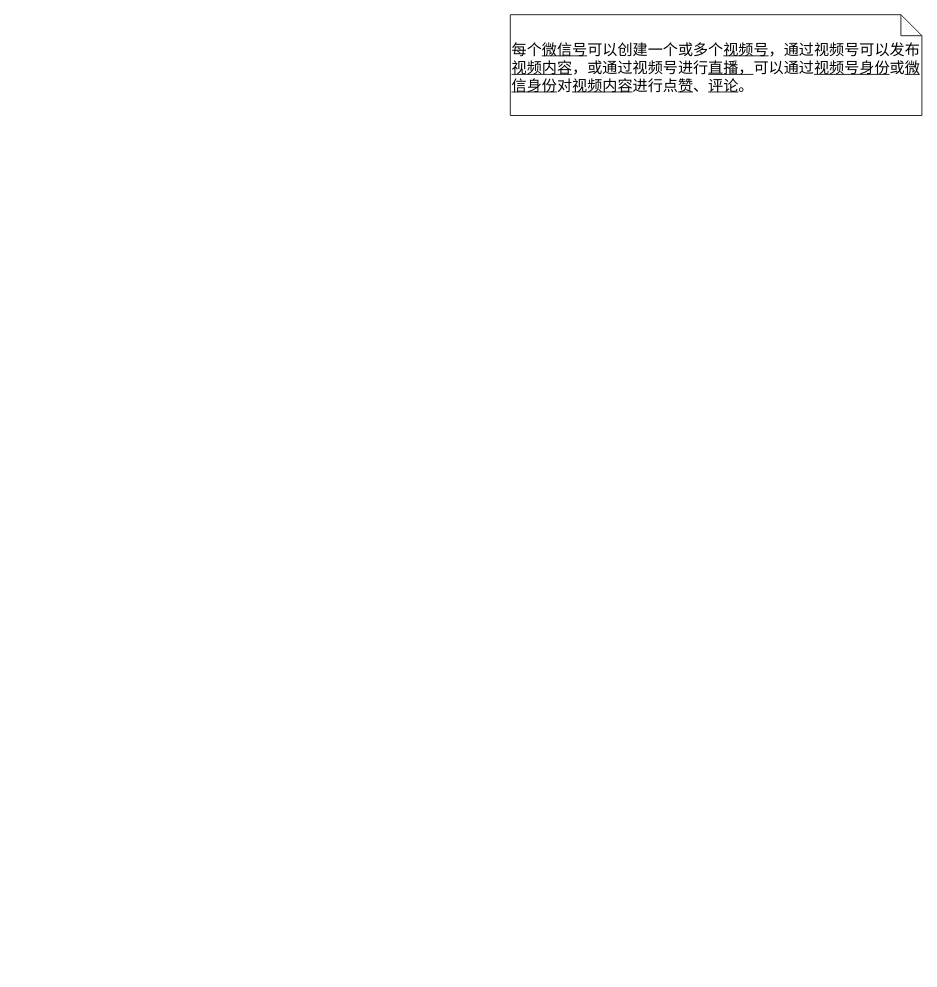
The draw.io diagram 微信视频号概念模型.drawio in innovatorCL/DiagramsRepo, before the edit. Source tidied: cells renumbered, new cells numbered last; positions are measured from the earlier drawing's top-left corner, leaving out a move shared by most shapes. Both pictures are drawn from the tidied source at 84%, with x=0, y=0 at pixel (510, 14).
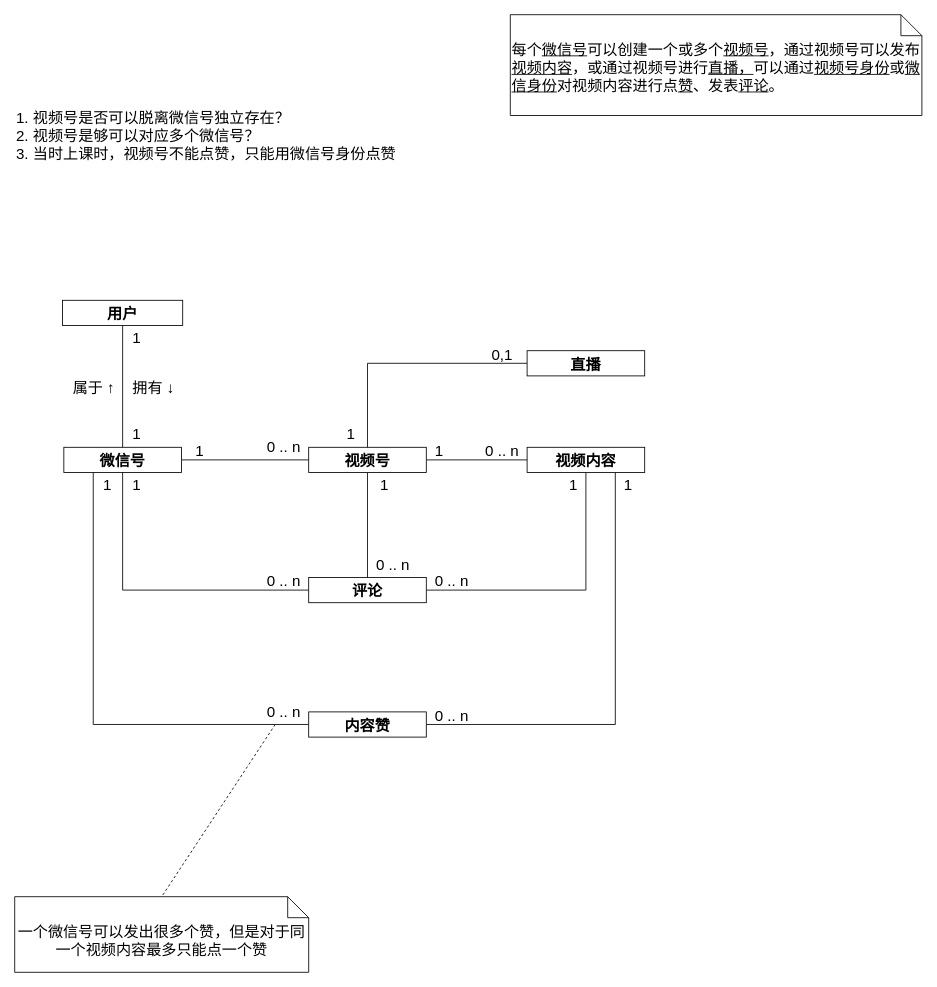
The same diagram, later.

Commit message:
Update 微信视频号概念模型.drawio

What changed in the source:
```diff
@@
-    <mxCell id="2" value="&lt;div style=&quot;font-size: 18px&quot;&gt;&lt;font style=&quot;font-size: 18px&quot;&gt;每个&lt;u&gt;微信号&lt;/u&gt;可以创建一个或多个&lt;u&gt;视频号&lt;/u&gt;，&lt;/font&gt;通过视频号可以发布&lt;u&gt;视频内容&lt;/u&gt;，或通过视频号进行&lt;u&gt;直播，&lt;/u&gt;可以通过&lt;u&gt;视频号身份&lt;/u&gt;或&lt;u&gt;微信身份&lt;/u&gt;对&lt;u&gt;视频内容&lt;/u&gt;进行点&lt;u&gt;赞&lt;/u&gt;、&lt;u&gt;评论&lt;/u&gt;。&lt;/div&gt;" style="shape=note2;boundedLbl=1;whiteSpace=wrap;html=1;size=25;verticalAlign=top;align=left;" parent="1" vertex="1">
+    <mxCell id="2" value="&lt;div style=&quot;font-size: 18px&quot;&gt;&lt;font style=&quot;font-size: 18px&quot;&gt;每个&lt;u&gt;微信号&lt;/u&gt;可以创建一个或多个&lt;u&gt;视频号&lt;/u&gt;，&lt;/font&gt;通过视频号可以发布&lt;u&gt;视频内容&lt;/u&gt;，或通过视频号进行&lt;u&gt;直播，&lt;/u&gt;可以通过&lt;u&gt;视频号身份&lt;/u&gt;或&lt;u&gt;微信身份&lt;/u&gt;对视频内容进行点&lt;u&gt;赞&lt;/u&gt;、发表&lt;u&gt;评论&lt;/u&gt;。&lt;/div&gt;" style="shape=note2;boundedLbl=1;whiteSpace=wrap;html=1;size=25;verticalAlign=top;align=left;" parent="1" vertex="1">
       <mxGeometry width="490" height="120" as="geometry" />
     </mxCell>
+    <mxCell id="3" style="edgeStyle=orthogonalEdgeStyle;rounded=0;jettySize=auto;html=1;exitX=1;exitY=0.5;exitDx=0;exitDy=0;fontSize=18;endArrow=none;endFill=0;" parent="1" edge="1" source="4" target="7">
+      <mxGeometry relative="1" as="geometry" />
+    </mxCell>
+    <mxCell id="4" value="微信号" style="fontStyle=1;fontSize=18;align=center;" parent="1" vertex="1">
+      <mxGeometry x="-531.5" y="515" width="140" height="30" as="geometry" />
+    </mxCell>
+    <mxCell id="5" style="edgeStyle=orthogonalEdgeStyle;rounded=0;jettySize=auto;html=1;fontSize=18;endArrow=none;endFill=0;" parent="1" edge="1" source="7" target="9">
+      <mxGeometry relative="1" as="geometry" />
+    </mxCell>
+    <mxCell id="6" style="edgeStyle=none;rounded=0;jettySize=auto;html=1;entryX=0.5;entryY=0;entryDx=0;entryDy=0;fontSize=18;endArrow=none;endFill=0;" parent="1" edge="1" source="7" target="18">
+      <mxGeometry relative="1" as="geometry" />
+    </mxCell>
+    <mxCell id="7" value="视频号" style="fontStyle=1;fontSize=18;align=center;" parent="1" vertex="1">
+      <mxGeometry x="-240" y="515" width="140" height="30" as="geometry" />
+    </mxCell>
+    <mxCell id="8" style="edgeStyle=orthogonalEdgeStyle;rounded=0;jettySize=auto;html=1;entryX=1;entryY=0.5;entryDx=0;entryDy=0;fontSize=18;endArrow=none;endFill=0;exitX=0.5;exitY=1;exitDx=0;exitDy=0;" parent="1" edge="1" source="9" target="18">
+      <mxGeometry relative="1" as="geometry" />
+    </mxCell>
+    <mxCell id="9" value="视频内容" style="fontStyle=1;fontSize=18;align=center;" parent="1" vertex="1">
+      <mxGeometry x="20" y="515" width="140" height="30" as="geometry" />
+    </mxCell>
+    <mxCell id="10" style="edgeStyle=orthogonalEdgeStyle;rounded=0;jettySize=auto;html=1;entryX=0.5;entryY=0;entryDx=0;entryDy=0;fontSize=18;endArrow=none;endFill=0;" parent="1" edge="1" source="11" target="7">
+      <mxGeometry relative="1" as="geometry" />
+    </mxCell>
+    <mxCell id="11" value="直播" style="fontStyle=1;fontSize=18;align=center;" parent="1" vertex="1">
+      <mxGeometry x="20" y="400" width="140" height="30" as="geometry" />
+    </mxCell>
+    <mxCell id="12" style="edgeStyle=orthogonalEdgeStyle;rounded=0;jettySize=auto;html=1;entryX=0.5;entryY=0;entryDx=0;entryDy=0;fontSize=18;endArrow=none;endFill=0;" parent="1" edge="1" source="13" target="4">
+      <mxGeometry relative="1" as="geometry" />
+    </mxCell>
+    <mxCell id="13" value="用户" style="fontStyle=1;fontSize=18;align=center;" parent="1" vertex="1">
+      <mxGeometry x="-533" y="340" width="143" height="30" as="geometry" />
+    </mxCell>
+    <mxCell id="14" style="edgeStyle=orthogonalEdgeStyle;rounded=0;jettySize=auto;html=1;entryX=0.75;entryY=1;entryDx=0;entryDy=0;fontSize=18;endArrow=none;endFill=0;" parent="1" edge="1" source="16" target="9">
+      <mxGeometry relative="1" as="geometry" />
+    </mxCell>
+    <mxCell id="15" style="edgeStyle=orthogonalEdgeStyle;rounded=0;jettySize=auto;html=1;entryX=0.25;entryY=1;entryDx=0;entryDy=0;fontSize=18;endArrow=none;endFill=0;" parent="1" edge="1" source="16" target="4">
+      <mxGeometry relative="1" as="geometry" />
+    </mxCell>
+    <mxCell id="16" value="内容赞" style="fontStyle=1;fontSize=18;align=center;" parent="1" vertex="1">
+      <mxGeometry x="-240" y="830" width="140" height="30" as="geometry" />
+    </mxCell>
+    <mxCell id="17" style="edgeStyle=orthogonalEdgeStyle;rounded=0;jettySize=auto;html=1;entryX=0.5;entryY=1;entryDx=0;entryDy=0;fontSize=18;endArrow=none;endFill=0;" parent="1" edge="1" source="18" target="4">
+      <mxGeometry relative="1" as="geometry" />
+    </mxCell>
+    <mxCell id="18" value="评论" style="fontStyle=1;fontSize=18;align=center;" parent="1" vertex="1">
+      <mxGeometry x="-240" y="670" width="140" height="30" as="geometry" />
+    </mxCell>
+    <mxCell id="19" value="1" style="text;html=1;align=center;verticalAlign=middle;strokeColor=none;fillColor=none;fontSize=18;" parent="1" vertex="1">
+      <mxGeometry x="-460" y="485" width="30" height="30" as="geometry" />
+    </mxCell>
+    <mxCell id="20" value="1" style="text;html=1;align=center;verticalAlign=middle;strokeColor=none;fillColor=none;fontSize=18;" parent="1" vertex="1">
+      <mxGeometry x="-460" y="370" width="30" height="30" as="geometry" />
+    </mxCell>
+    <mxCell id="21" value="属于 ↑" style="text;html=1;align=center;verticalAlign=middle;strokeColor=none;fillColor=none;fontSize=18;" parent="1" vertex="1">
+      <mxGeometry x="-531.5" y="430" width="70" height="30" as="geometry" />
+    </mxCell>
+    <mxCell id="22" value="拥有 ↓" style="text;html=1;align=center;verticalAlign=middle;strokeColor=none;fillColor=none;fontSize=18;" parent="1" vertex="1">
+      <mxGeometry x="-460" y="430" width="70" height="30" as="geometry" />
+    </mxCell>
+    <mxCell id="23" value="0 .. n" style="text;html=1;align=center;verticalAlign=middle;strokeColor=none;fillColor=none;fontSize=18;" parent="1" vertex="1">
+      <mxGeometry x="-300" y="500" width="60" height="30" as="geometry" />
+    </mxCell>
+    <mxCell id="24" value="1. 视频号是否可以脱离微信号独立存在？&lt;br&gt;2. 视频号是够可以对应多个微信号？&lt;br&gt;3. 当时上课时，视频号不能点赞，只能用微信号身份点赞" style="text;html=1;align=left;verticalAlign=middle;strokeColor=none;fillColor=none;fontSize=18;" parent="1" vertex="1">
+      <mxGeometry x="-590" y="110" width="470" height="70" as="geometry" />
+    </mxCell>
+    <mxCell id="25" value="1" style="text;html=1;align=center;verticalAlign=middle;strokeColor=none;fillColor=none;fontSize=18;" parent="1" vertex="1">
+      <mxGeometry x="-385" y="505" width="30" height="30" as="geometry" />
+    </mxCell>
+    <mxCell id="26" value="0 .. n" style="text;html=1;align=center;verticalAlign=middle;strokeColor=none;fillColor=none;fontSize=18;" parent="1" vertex="1">
+      <mxGeometry x="-40" y="505" width="60" height="30" as="geometry" />
+    </mxCell>
+    <mxCell id="27" value="1" style="text;html=1;align=center;verticalAlign=middle;strokeColor=none;fillColor=none;fontSize=18;" parent="1" vertex="1">
+      <mxGeometry x="-100" y="505" width="30" height="30" as="geometry" />
+    </mxCell>
+    <mxCell id="28" value="0,1" style="text;html=1;align=center;verticalAlign=middle;strokeColor=none;fillColor=none;fontSize=18;" parent="1" vertex="1">
+      <mxGeometry x="-30" y="390" width="40" height="30" as="geometry" />
+    </mxCell>
+    <mxCell id="29" value="1" style="text;html=1;align=center;verticalAlign=middle;strokeColor=none;fillColor=none;fontSize=18;" parent="1" vertex="1">
+      <mxGeometry x="-205" y="485" width="30" height="30" as="geometry" />
+    </mxCell>
+    <mxCell id="30" value="0 .. n" style="text;html=1;align=center;verticalAlign=middle;strokeColor=none;fillColor=none;fontSize=18;" parent="1" vertex="1">
+      <mxGeometry x="-100" y="660" width="60" height="30" as="geometry" />
+    </mxCell>
+    <mxCell id="31" value="0 .. n" style="text;html=1;align=center;verticalAlign=middle;strokeColor=none;fillColor=none;fontSize=18;" parent="1" vertex="1">
+      <mxGeometry x="-100" y="820" width="60" height="30" as="geometry" />
+    </mxCell>
+    <mxCell id="32" value="1" style="text;html=1;align=center;verticalAlign=middle;strokeColor=none;fillColor=none;fontSize=18;" parent="1" vertex="1">
+      <mxGeometry x="125" y="545" width="30" height="30" as="geometry" />
+    </mxCell>
+    <mxCell id="33" value="1" style="text;html=1;align=center;verticalAlign=middle;strokeColor=none;fillColor=none;fontSize=18;" parent="1" vertex="1">
+      <mxGeometry x="60" y="545" width="30" height="30" as="geometry" />
+    </mxCell>
+    <mxCell id="34" value="0 .. n" style="text;html=1;align=center;verticalAlign=middle;strokeColor=none;fillColor=none;fontSize=18;" parent="1" vertex="1">
+      <mxGeometry x="-300" y="660" width="60" height="30" as="geometry" />
+    </mxCell>
+    <mxCell id="35" value="1" style="text;html=1;align=center;verticalAlign=middle;strokeColor=none;fillColor=none;fontSize=18;" parent="1" vertex="1">
+      <mxGeometry x="-460" y="545" width="30" height="30" as="geometry" />
+    </mxCell>
+    <mxCell id="36" style="rounded=0;jettySize=auto;html=1;entryX=0.5;entryY=0;entryDx=0;entryDy=0;entryPerimeter=0;fontSize=18;endArrow=none;endFill=0;dashed=1;" parent="1" edge="1" source="37" target="39">
+      <mxGeometry relative="1" as="geometry" />
+    </mxCell>
+    <mxCell id="37" value="0 .. n" style="text;html=1;align=center;verticalAlign=middle;points=[];strokeColor=none;fillColor=none;fontSize=18;" parent="1" vertex="1">
+      <mxGeometry x="-300" y="815" width="60" height="30" as="geometry" />
+    </mxCell>
+    <mxCell id="38" value="1" style="text;html=1;align=center;verticalAlign=middle;strokeColor=none;fillColor=none;fontSize=18;" parent="1" vertex="1">
+      <mxGeometry x="-495" y="545" width="30" height="30" as="geometry" />
+    </mxCell>
+    <mxCell id="39" value="一个微信号可以发出很多个赞，但是对于同一个视频内容最多只能点一个赞" style="shape=note2;boundedLbl=1;whiteSpace=wrap;html=1;size=25;verticalAlign=top;align=center;fontSize=18;" parent="1" vertex="1">
+      <mxGeometry x="-590" y="1050" width="350" height="90" as="geometry" />
+    </mxCell>
+    <mxCell id="40" value="0 .. n" style="text;html=1;align=center;verticalAlign=middle;strokeColor=none;fillColor=none;fontSize=18;" parent="1" vertex="1">
+      <mxGeometry x="-170" y="640" width="60" height="30" as="geometry" />
+    </mxCell>
+    <mxCell id="41" value="1" style="text;html=1;align=center;verticalAlign=middle;strokeColor=none;fillColor=none;fontSize=18;" parent="1" vertex="1">
+      <mxGeometry x="-165" y="545" width="30" height="30" as="geometry" />
+    </mxCell>
```
